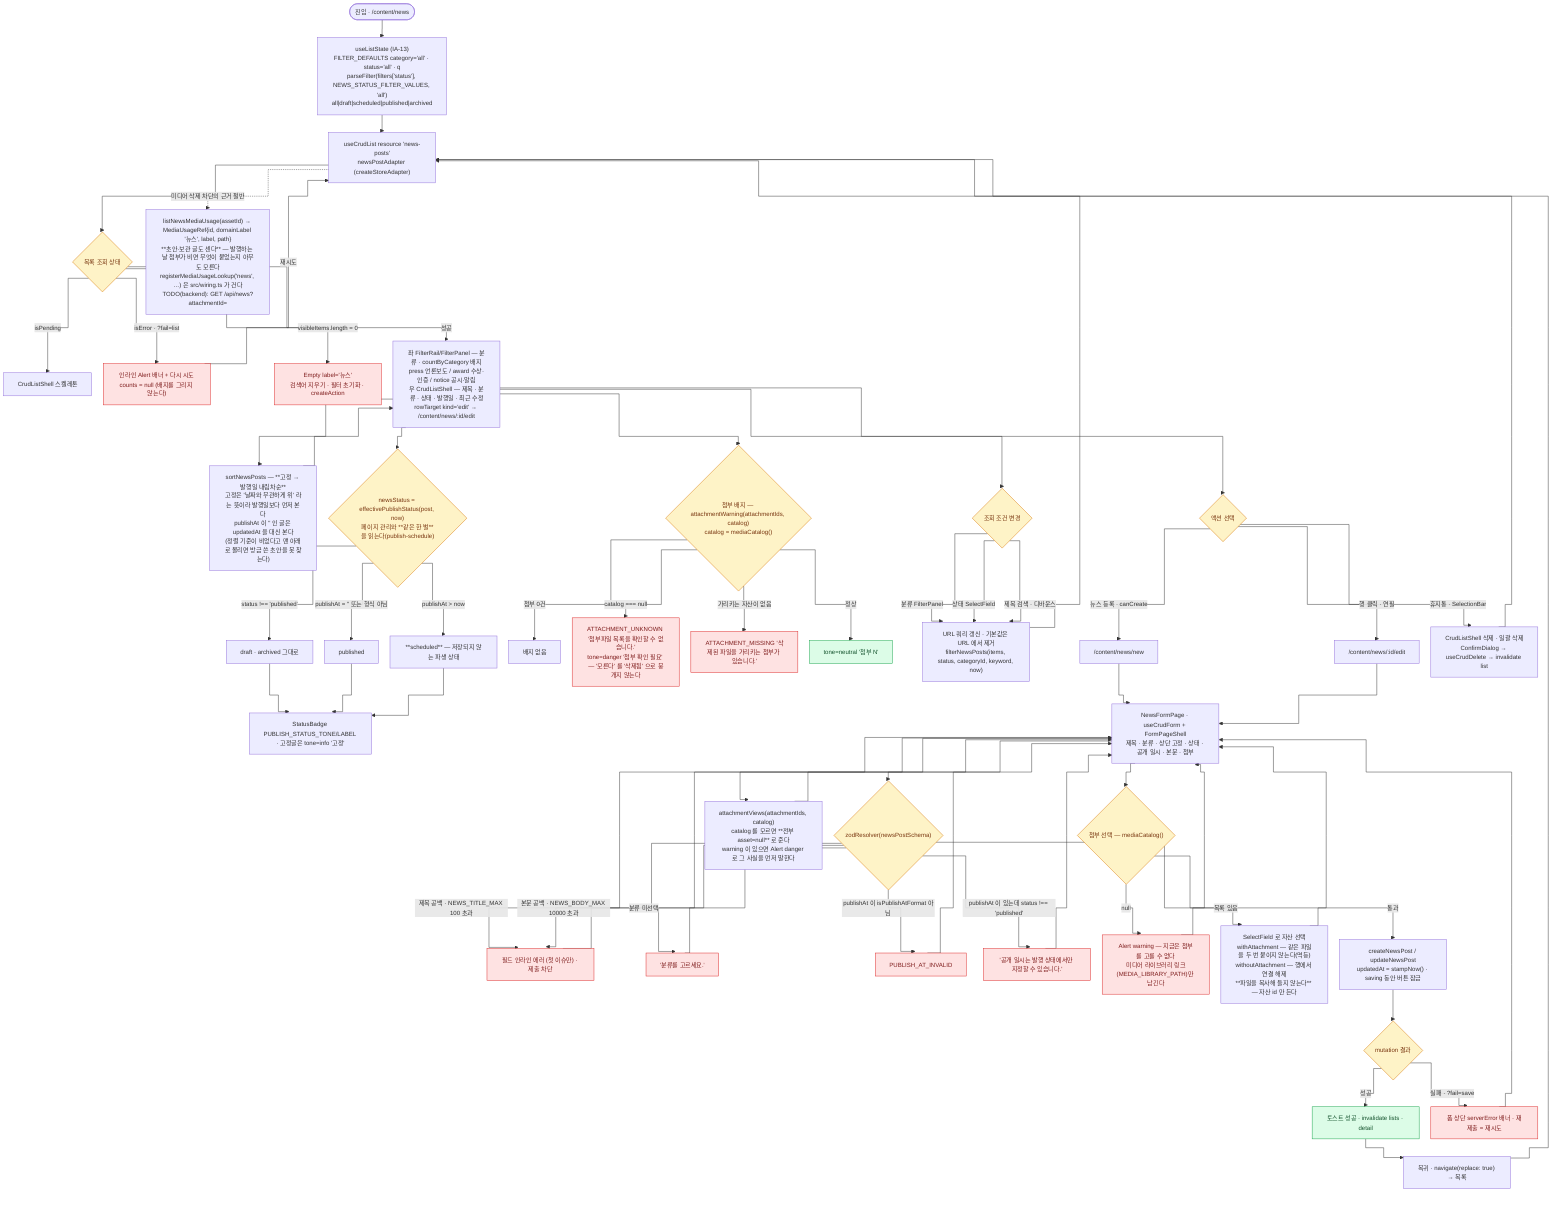
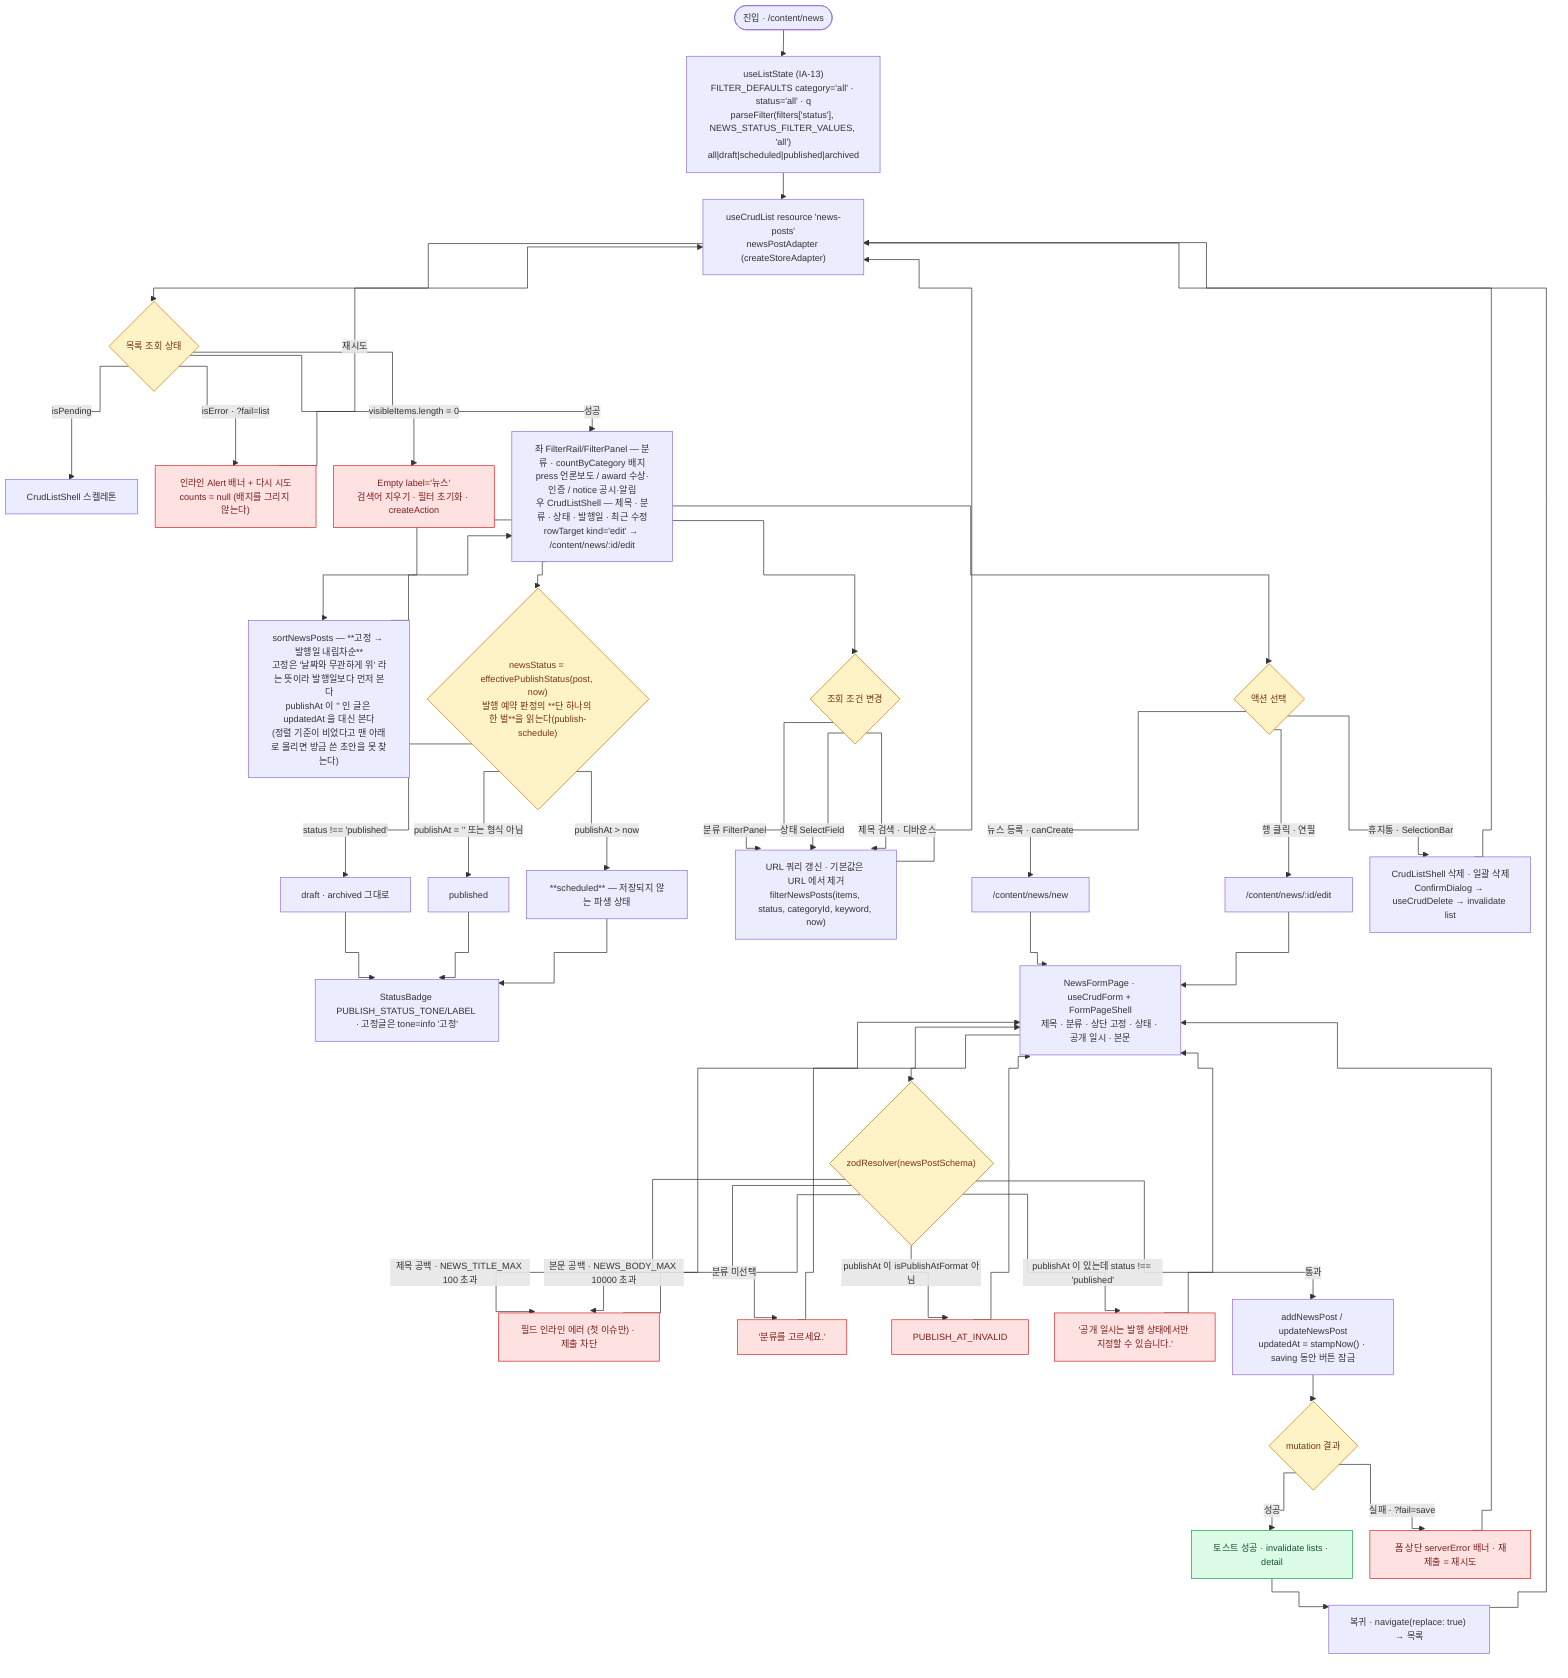
%% 뉴스·보도자료 · /content/news
%%{init: {"flowchart": {"curve": "step", "nodeSpacing": 25, "rankSpacing": 38, "wrappingWidth": 170}, "themeVariables": {"fontSize": "13px"}} }%%
flowchart TD
  S(["진입 · /content/news"]) --> URL["useListState (IA-13)<br/>FILTER_DEFAULTS category='all' · status='all' · q<br/>parseFilter(filters['status'], NEWS_STATUS_FILTER_VALUES, 'all')<br/>all|draft|scheduled|published|archived"]
  URL --> Q["useCrudList resource 'news-posts'<br/>newsPostAdapter (createStoreAdapter)"]
  Q --> ST{"목록 조회 상태"}
  ST -->|"isPending"| LOAD["CrudListShell 스켈레톤"]
  ST -->|"isError · ?fail=list"| ERRL["인라인 Alert 배너 + 다시 시도<br/>counts = null (배지를 그리지 않는다)"]
  ST -->|"visibleItems.length = 0"| EMPTY["Empty label='뉴스'<br/>검색어 지우기 · 필터 초기화 · createAction"]
  ST -->|"성공"| LIST["좌 FilterRail/FilterPanel — 분류 · countByCategory 배지<br/>press 언론보도 / award 수상·인증 / notice 공시·알림<br/>우 CrudListShell — 제목 · 분류 · 상태 · 발행일 · 최근 수정<br/>rowTarget kind='edit' → /content/news/:id/edit"]
  ERRL -->|"재시도"| Q

  LIST --> SORT["sortNewsPosts — **고정 → 발행일 내림차순**<br/>고정은 '날짜와 무관하게 위' 라는 뜻이라 발행일보다 먼저 본다<br/>publishAt 이 '' 인 글은 updatedAt 을 대신 본다<br/>(정렬 기준이 비었다고 맨 아래로 몰리면 방금 쓴 초안을 못 찾는다)"]
  SORT --> LIST

-   LIST --> DERIV{"newsStatus = effectivePublishStatus(post, now)<br/>페이지 관리와 **같은 한 벌**을 읽는다(publish-schedule)"}
+   LIST --> DERIV{"newsStatus = effectivePublishStatus(post, now)<br/>발행 예약 판정의 **단 하나의 한 벌**을 읽는다(publish-schedule)"}
  DERIV -->|"status !== 'published'"| D1["draft · archived 그대로"]
  DERIV -->|"publishAt = '' 또는 형식 아님"| D2["published"]
  DERIV -->|"publishAt &gt; now"| D3["**scheduled** — 저장되지 않는 파생 상태"]
  D1 --> BADGE
  D2 --> BADGE
  D3 --> BADGE["StatusBadge PUBLISH_STATUS_TONE/LABEL · 고정글은 tone=info '고정'"]
- 
-   LIST --> ATT{"첨부 배지 — attachmentWarning(attachmentIds, catalog)<br/>catalog = mediaCatalog()"}
-   ATT -->|"첨부 0건"| AT0["배지 없음"]
-   ATT -->|"catalog === null"| AT1["ATTACHMENT_UNKNOWN '첨부파일 목록을 확인할 수 없습니다.'<br/>tone=danger '첨부 확인 필요' — '모른다' 를 '삭제됨' 으로 뭉개지 않는다"]
-   ATT -->|"가리키는 자산이 없음"| AT2["ATTACHMENT_MISSING '삭제된 파일을 가리키는 첨부가 있습니다.'"]
-   ATT -->|"정상"| AT3["tone=neutral '첨부 N'"]

  LIST --> F{"조회 조건 변경"}
  F -->|"분류 FilterPanel"| SETQ
  F -->|"상태 SelectField"| SETQ
  F -->|"제목 검색 · 디바운스"| SETQ
  SETQ["URL 쿼리 갱신 · 기본값은 URL 에서 제거<br/>filterNewsPosts(items, status, categoryId, keyword, now)"] --> Q

  LIST --> ACT{"액션 선택"}
  ACT -->|"뉴스 등록 · canCreate"| NEW["/content/news/new"]
  ACT -->|"행 클릭 · 연필"| EDIT["/content/news/:id/edit"]
  ACT -->|"휴지통 · SelectionBar"| DEL["CrudListShell 삭제 · 일괄 삭제<br/>ConfirmDialog → useCrudDelete → invalidate list"]
  DEL --> Q

  %% ── 등록 · 수정 폼 ──
  NEW --> FORM
  EDIT --> FORM
-   FORM["NewsFormPage · useCrudForm + FormPageShell<br/>제목 · 분류 · 상단 고정 · 상태 · 공개 일시 · 본문 · 첨부"] --> V{"zodResolver(newsPostSchema)"}
+   FORM["NewsFormPage · useCrudForm + FormPageShell<br/>제목 · 분류 · 상단 고정 · 상태 · 공개 일시 · 본문"] --> V{"zodResolver(newsPostSchema)"}
  V -->|"제목 공백 · NEWS_TITLE_MAX 100 초과"| VE
  V -->|"분류 미선택"| VE2["'분류를 고르세요.'"]
  V -->|"본문 공백 · NEWS_BODY_MAX 10000 초과"| VE
  V -->|"publishAt 이 isPublishAtFormat 아님"| VE3["PUBLISH_AT_INVALID"]
  V -->|"publishAt 이 있는데 status !== 'published'"| VE4["'공개 일시는 발행 상태에서만 지정할 수 있습니다.'"]
  VE["필드 인라인 에러 (첫 이슈만) · 제출 차단"] --> FORM
  VE2 --> FORM
  VE3 --> FORM
  VE4 --> FORM

-   %% ── 첨부는 참조다 ──
-   FORM --> PICK{"첨부 선택 — mediaCatalog()"}
-   PICK -->|"null"| PK1["Alert warning — 지금은 첨부를 고를 수 없다<br/>미디어 라이브러리 링크(MEDIA_LIBRARY_PATH)만 남긴다"]
-   PICK -->|"목록 있음"| PK2["SelectField 로 자산 선택<br/>withAttachment — 같은 파일을 두 번 붙이지 않는다(멱등)<br/>withoutAttachment — 행에서 연결 해제<br/>**파일을 복사해 들지 않는다** — 자산 id 만 든다"]
-   PK1 --> FORM
-   PK2 --> FORM
-   FORM --> ATW["attachmentViews(attachmentIds, catalog)<br/>catalog 를 모르면 **전부 asset=null** 로 준다<br/>warning 이 있으면 Alert danger 로 그 사실을 먼저 말한다"]
-   ATW --> FORM
- 
-   V -->|"통과"| MUT["createNewsPost / updateNewsPost<br/>updatedAt = stampNow() · saving 동안 버튼 잠금"]
+   V -->|"통과"| MUT["addNewsPost / updateNewsPost<br/>updatedAt = stampNow() · saving 동안 버튼 잠금"]
  MUT --> MR{"mutation 결과"}
  MR -->|"성공"| OKS["토스트 성공 · invalidate lists · detail"]
  MR -->|"실패 · ?fail=save"| ERRS["폼 상단 serverError 배너 · 재제출 = 재시도"]
  ERRS --> FORM
  OKS --> BACK["복귀 · navigate(replace: true) → 목록"]
  BACK --> Q

-   %% ── 이 화면 밖으로 나가는 실 ──
-   Q -.->|"미디어 삭제 차단의 근거 절반"| USE["listNewsMediaUsage(assetId) → MediaUsageRef{id, domainLabel '뉴스', label, path}<br/>**초안·보관 글도 센다** — 발행하는 날 첨부가 비면 무엇이 붙었는지 아무도 모른다<br/>registerMediaUsageLookup('news', …) 은 src/wiring.ts 가 건다<br/>TODO(backend): GET /api/news?attachmentId="]
- 
  classDef gate fill:#fef3c7,stroke:#d97706,color:#78350f
  classDef err fill:#fee2e2,stroke:#dc2626,color:#7f1d1d
  classDef ok fill:#dcfce7,stroke:#16a34a,color:#14532d

-   class ST,DERIV,ATT,F,ACT,V,PICK,MR gate
-   class ERRL,EMPTY,AT1,AT2,VE,VE2,VE3,VE4,ERRS,PK1 err
-   class OKS,AT3 ok
+   class ST,DERIV,F,ACT,V,MR gate
+   class ERRL,EMPTY,VE,VE2,VE3,VE4,ERRS err
+   class OKS ok
